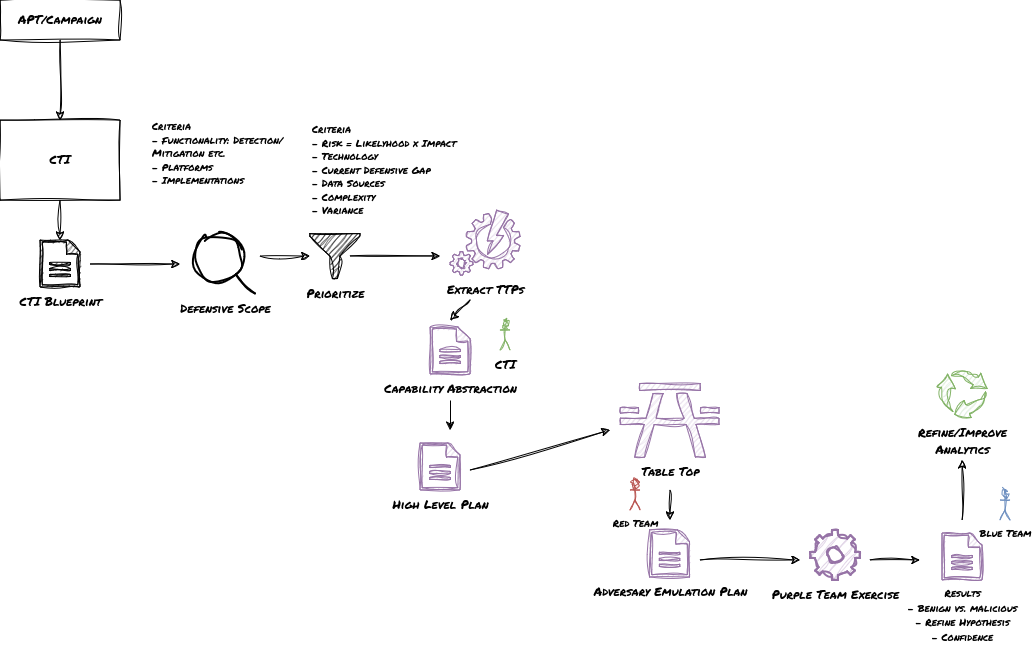
The draw.io diagram resources/Purple Teaming Exercise/material/PT_Exercise.drawio.png in gitrsi/cyberops.zone, before a commit. Source tidied: cells renumbered, new cells last; positions are measured from the earlier drawing's top-left corner, leaving out a move shared by most shapes.
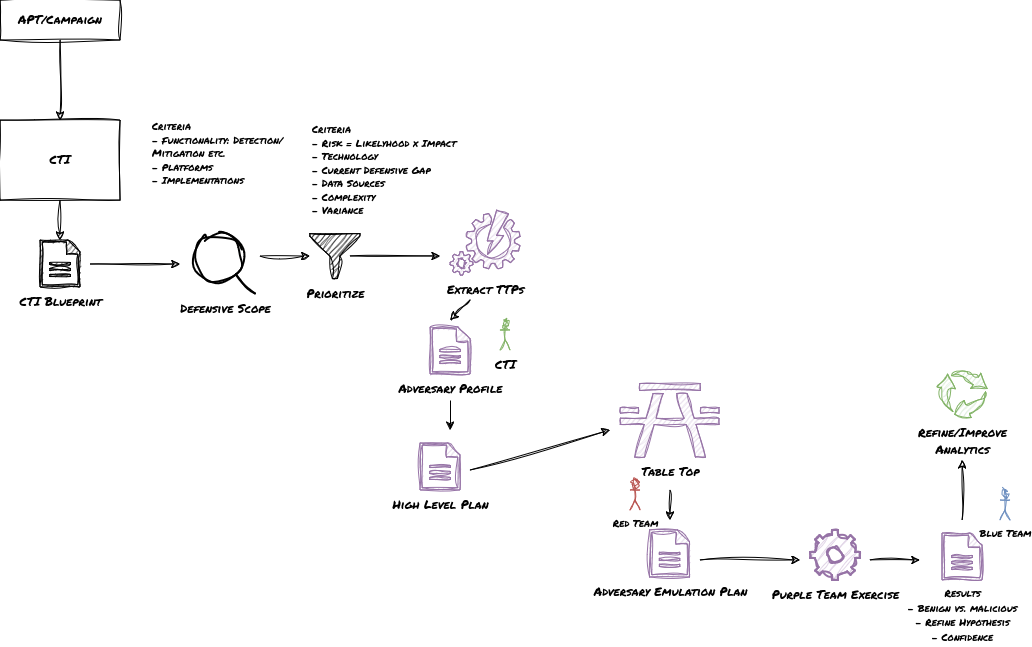
The same file after the commit.

What changed in the source:
```diff
@@ -47,7 +47,7 @@
         <mxPoint x="440" y="256" as="targetPoint" />
       </mxGeometry>
     </mxCell>
-    <mxCell id="14" value="&lt;font face=&quot;Permanent Marker&quot;&gt;Capability Abstraction&lt;/font&gt;" style="shadow=0;dashed=0;html=1;strokeColor=#9673a6;fillColor=#e1d5e7;labelPosition=center;verticalLabelPosition=bottom;verticalAlign=top;align=center;shape=mxgraph.office.concepts.document;sketch=1;curveFitting=1;jiggle=2;" parent="1" vertex="1">
+    <mxCell id="14" value="&lt;font face=&quot;Permanent Marker&quot;&gt;Adversary Profile&lt;br&gt;&lt;/font&gt;" style="shadow=0;dashed=0;html=1;strokeColor=#9673a6;fillColor=#e1d5e7;labelPosition=center;verticalLabelPosition=bottom;verticalAlign=top;align=center;shape=mxgraph.office.concepts.document;sketch=1;curveFitting=1;jiggle=2;" parent="1" vertex="1">
       <mxGeometry x="430" y="327" width="40" height="47" as="geometry" />
     </mxCell>
     <mxCell id="15" value="&lt;font face=&quot;Permanent Marker&quot;&gt;High Level Plan&lt;br&gt;&lt;/font&gt;" style="shadow=0;dashed=0;html=1;strokeColor=#9673a6;fillColor=#e1d5e7;labelPosition=center;verticalLabelPosition=bottom;verticalAlign=top;align=center;shape=mxgraph.office.concepts.document;sketch=1;curveFitting=1;jiggle=2;" parent="1" vertex="1">
```
